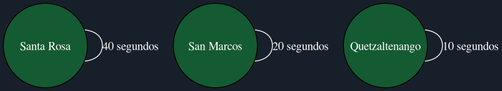
Marco131-xel/Edd_Proyecto2 keeps this Graphviz diagram as Rapidito/ruta_mas_corta.png. Above is the earlier version. Its source is kept beside it as Rapidito/ruta_mas_corta.dot.
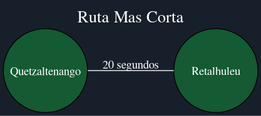
The same diagram one commit later.

Diff of the diagram source:
```diff
@@ -1,8 +1,14 @@
 graph Ruta {
+  label="Ruta Mas Corta";
+  labelloc="t";
+  fontsize=20;
+  fontcolor="white";
   bgcolor="#17202a";
   node [style=filled, fillcolor="#145a32", fontcolor="white", shape=circle, width=1.4, fixedsize=true];
   edge [color="white", fontcolor="white"];
-  "Santa Rosa" -- "Santa Rosa" [label="40 segundos"];
-  "San Marcos" -- "San Marcos" [label="20 segundos"];
-  "Quetzaltenango" -- "Quetzaltenango" [label="10 segundos"];
+  rankdir="LR";
+  "Quetzaltenango";
+  "Quetzaltenango";
+  "Quetzaltenango" -- "Retalhuleu" [label="20 segundos"];
+  "Retalhuleu";
 }
```
